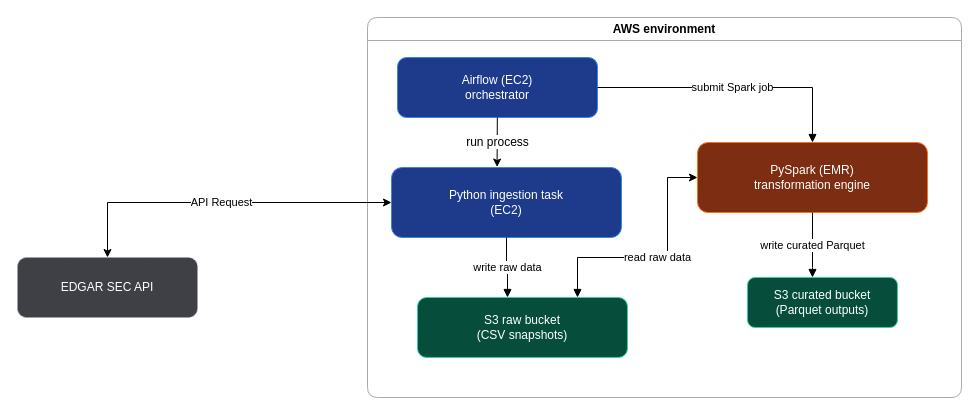
Above: diagrams/baseline_pipeline/arcitecture.drawio in SilverPeak2299/Thesis (draw.io), before the change. Source tidied: cells renumbered, new cells numbered last; positions are measured from the earlier drawing's top-left corner, leaving out a move shared by most shapes. Both pictures are drawn from the tidied source at 100%, with x=0, y=0 at pixel (17, 17).
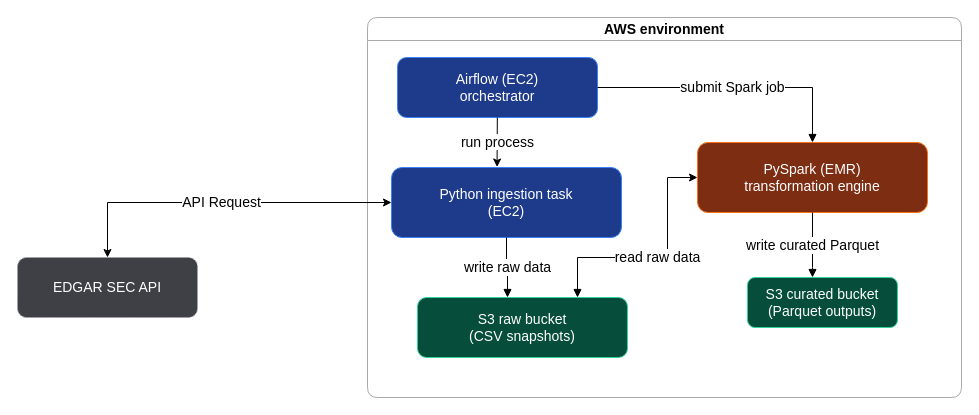
After the change.

The edit, as a diff of the source:
```diff
@@
-    <mxCell id="2" value="EDGAR SEC API" style="rounded=1;whiteSpace=wrap;html=1;fillColor=#3f3f46;strokeColor=#a1a1aa;fontColor=#ffffff;dashed=1;dashPattern=3 2;" parent="1" vertex="1">
+    <mxCell id="2" value="EDGAR SEC API" style="rounded=1;whiteSpace=wrap;html=1;fillColor=#3f3f46;strokeColor=#a1a1aa;fontColor=#ffffff;dashed=1;dashPattern=3 2;fontSize=14;" parent="1" vertex="1">
       <mxGeometry y="240" width="180" height="60" as="geometry" />
     </mxCell>
-    <mxCell id="3" value="AWS environment" style="swimlane;horizontal=1;rounded=1;whiteSpace=wrap;html=1;strokeColor=#aaaaaa;" parent="1" vertex="1">
+    <mxCell id="3" value="AWS environment" style="swimlane;horizontal=1;rounded=1;whiteSpace=wrap;html=1;strokeColor=#aaaaaa;fontSize=14;" parent="1" vertex="1">
       <mxGeometry x="350" width="594" height="380" as="geometry" />
     </mxCell>
-    <mxCell id="4" value="Airflow (EC2)&#10;orchestrator" style="rounded=1;whiteSpace=wrap;html=1;fillColor=#1e3a8a;strokeColor=#3b82f6;fontColor=#ffffff;" parent="3" vertex="1">
+    <mxCell id="4" value="Airflow (EC2)&#10;orchestrator" style="rounded=1;whiteSpace=wrap;html=1;fillColor=#1e3a8a;strokeColor=#3b82f6;fontColor=#ffffff;fontSize=14;" parent="3" vertex="1">
       <mxGeometry x="30" y="40" width="200" height="60" as="geometry" />
     </mxCell>
-    <mxCell id="5" value="PySpark (EMR)&lt;br&gt;transformation engine" style="rounded=1;whiteSpace=wrap;html=1;fillColor=#7c2d12;strokeColor=#f97316;fontColor=#ffffff;" parent="3" vertex="1">
+    <mxCell id="5" value="PySpark (EMR)&lt;br&gt;transformation engine" style="rounded=1;whiteSpace=wrap;html=1;fillColor=#7c2d12;strokeColor=#f97316;fontColor=#ffffff;fontSize=14;" parent="3" vertex="1">
       <mxGeometry x="330" y="125" width="230" height="70" as="geometry" />
     </mxCell>
-    <mxCell id="6" value="S3 raw bucket&#10;(CSV snapshots)" style="rounded=1;whiteSpace=wrap;html=1;fillColor=#064e3b;strokeColor=#34d399;fontColor=#ffffff;" parent="3" vertex="1">
+    <mxCell id="6" value="S3 raw bucket&#10;(CSV snapshots)" style="rounded=1;whiteSpace=wrap;html=1;fillColor=#064e3b;strokeColor=#34d399;fontColor=#ffffff;fontSize=14;" parent="3" vertex="1">
       <mxGeometry x="50" y="280" width="210" height="60" as="geometry" />
     </mxCell>
-    <mxCell id="7" value="S3 curated bucket&#10;(Parquet outputs)" style="rounded=1;whiteSpace=wrap;html=1;fillColor=#064e3b;strokeColor=#34d399;fontColor=#ffffff;" parent="3" vertex="1">
+    <mxCell id="7" value="S3 curated bucket&#10;(Parquet outputs)" style="rounded=1;whiteSpace=wrap;html=1;fillColor=#064e3b;strokeColor=#34d399;fontColor=#ffffff;fontSize=14;" parent="3" vertex="1">
       <mxGeometry x="380" y="260" width="150" height="50" as="geometry" />
     </mxCell>
-    <mxCell id="8" value="submit Spark job" style="edgeStyle=orthogonalEdgeStyle;rounded=0;endArrow=block;html=1;labelBackgroundColor=#ffffff;" parent="3" edge="1" source="4" target="5">
+    <mxCell id="8" value="submit Spark job" style="edgeStyle=orthogonalEdgeStyle;rounded=0;endArrow=block;html=1;labelBackgroundColor=#ffffff;fontSize=14;" parent="3" edge="1" source="4" target="5">
       <mxGeometry relative="1" as="geometry" />
     </mxCell>
-    <mxCell id="9" value="read raw data" style="edgeStyle=orthogonalEdgeStyle;rounded=0;endArrow=block;html=1;labelBackgroundColor=#ffffff;startArrow=classic;startFill=1;" parent="3" edge="1" source="5" target="6">
+    <mxCell id="9" value="read raw data" style="edgeStyle=orthogonalEdgeStyle;rounded=0;endArrow=block;html=1;labelBackgroundColor=#ffffff;startArrow=classic;startFill=1;fontSize=14;" parent="3" edge="1" source="5" target="6">
       <mxGeometry relative="1" as="geometry">
         <Array as="points">
           <mxPoint x="300" y="160" />
           <mxPoint x="300" y="240" />
           <mxPoint x="210" y="240" />
         </Array>
       </mxGeometry>
     </mxCell>
-    <mxCell id="10" value="write curated Parquet" style="edgeStyle=orthogonalEdgeStyle;rounded=0;endArrow=block;html=1;labelBackgroundColor=#ffffff;" parent="3" edge="1" source="5" target="7">
+    <mxCell id="10" value="write curated Parquet" style="edgeStyle=orthogonalEdgeStyle;rounded=0;endArrow=block;html=1;labelBackgroundColor=#ffffff;fontSize=14;" parent="3" edge="1" source="5" target="7">
       <mxGeometry relative="1" as="geometry">
         <Array as="points">
           <mxPoint x="445" y="250" />
           <mxPoint x="445" y="250" />
         </Array>
       </mxGeometry>
     </mxCell>
-    <mxCell id="11" value="Python ingestion task&#10;(EC2)" style="rounded=1;whiteSpace=wrap;html=1;fillColor=#1e3a8a;strokeColor=#3b82f6;fontColor=#ffffff;" parent="3" vertex="1">
+    <mxCell id="11" value="Python ingestion task&#10;(EC2)" style="rounded=1;whiteSpace=wrap;html=1;fillColor=#1e3a8a;strokeColor=#3b82f6;fontColor=#ffffff;fontSize=14;" parent="3" vertex="1">
       <mxGeometry x="24" y="150" width="230" height="70" as="geometry" />
     </mxCell>
-    <mxCell id="12" value="write raw data" style="edgeStyle=orthogonalEdgeStyle;rounded=0;endArrow=block;html=1;labelBackgroundColor=#ffffff;" parent="3" edge="1" source="11" target="6">
+    <mxCell id="12" value="write raw data" style="edgeStyle=orthogonalEdgeStyle;rounded=0;endArrow=block;html=1;labelBackgroundColor=#ffffff;fontSize=14;" parent="3" edge="1" source="11" target="6">
       <mxGeometry relative="1" as="geometry">
         <Array as="points">
           <mxPoint x="139" y="250" />
           <mxPoint x="140" y="250" />
         </Array>
       </mxGeometry>
     </mxCell>
-    <mxCell id="13" style="edgeStyle=none;html=1;entryX=0.459;entryY=-0.007;entryDx=0;entryDy=0;entryPerimeter=0;" parent="3" edge="1" source="4" target="11">
+    <mxCell id="13" style="edgeStyle=none;html=1;entryX=0.459;entryY=-0.007;entryDx=0;entryDy=0;entryPerimeter=0;fontSize=14;" parent="3" edge="1" source="4" target="11">
       <mxGeometry relative="1" as="geometry" />
     </mxCell>
-    <mxCell id="14" value="&lt;span style=&quot;background-color: light-dark(#ffffff, var(--ge-dark-color, #121212));&quot;&gt;run process&lt;/span&gt;" style="text;html=1;align=center;verticalAlign=middle;strokeColor=none;fillColor=none;fontColor=#000000;" parent="3" vertex="1">
+    <mxCell id="14" value="&lt;span style=&quot;background-color: light-dark(#ffffff, var(--ge-dark-color, #121212));&quot;&gt;run process&lt;/span&gt;" style="text;html=1;align=center;verticalAlign=middle;strokeColor=none;fillColor=none;fontColor=#000000;fontSize=14;" parent="3" vertex="1">
       <mxGeometry x="85" y="110" width="90" height="30" as="geometry" />
     </mxCell>
-    <mxCell id="15" value="API Request" style="edgeStyle=orthogonalEdgeStyle;rounded=0;endArrow=classic;html=1;labelBackgroundColor=#ffffff;endFill=1;startArrow=classic;startFill=1;" parent="1" edge="1" source="11" target="2">
+    <mxCell id="15" value="API Request" style="edgeStyle=orthogonalEdgeStyle;rounded=0;endArrow=classic;html=1;labelBackgroundColor=#ffffff;endFill=1;startArrow=classic;startFill=1;fontSize=14;" parent="1" edge="1" source="11" target="2">
       <mxGeometry relative="1" as="geometry" />
     </mxCell>
```
